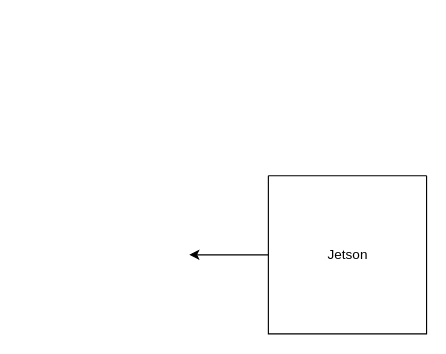
Before: AMR.drawio in rafism1997/AMR_Electronics_Flow_Diagram-Architecture-, a draw.io diagram. Source tidied: cells renumbered, new cells numbered last; positions are measured from the earlier drawing's top-left corner, leaving out a move shared by most shapes. Both pictures are drawn from the tidied source at 113%, with x=0, y=0 at pixel (189, 175).
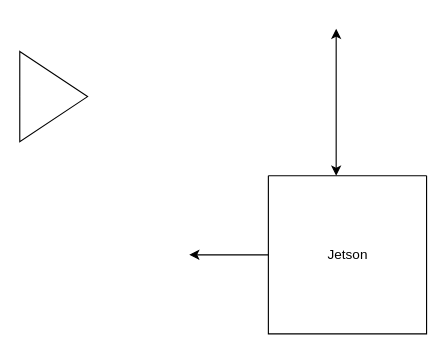
Above is the later version.

Diff of the diagram source:
```diff
@@
 <mxGraphModel>
   <root>
     <mxCell id="0" />
     <mxCell id="1" parent="0" />
     <mxCell id="2" style="edgeStyle=orthogonalEdgeStyle;rounded=0;jettySize=auto;html=1;exitX=0;exitY=0.5;exitDx=0;exitDy=0;" parent="1" edge="1" source="3">
       <mxGeometry relative="1" as="geometry">
         <mxPoint y="70" as="targetPoint" />
       </mxGeometry>
     </mxCell>
     <mxCell id="3" style="swimlane;startSize=0;" parent="1" vertex="1">
       <mxGeometry x="70" width="140" height="140" as="geometry" />
     </mxCell>
     <mxCell id="4" value="Jetson" style="text;html=1;align=center;verticalAlign=middle;strokeColor=none;fillColor=none;" parent="3" vertex="1">
       <mxGeometry x="45" y="60" width="50" height="20" as="geometry" />
     </mxCell>
+    <mxCell id="5" style="endArrow=classic;startArrow=classic;html=1;rounded=0;" parent="1" edge="1">
+      <mxGeometry relative="1" as="geometry">
+        <mxPoint x="130" as="sourcePoint" />
+        <mxPoint x="130" y="-130" as="targetPoint" />
+        <Array as="points">
+          <mxPoint x="130" y="-80" />
+        </Array>
+      </mxGeometry>
+    </mxCell>
+    <mxCell id="6" style="triangle;whiteSpace=wrap;html=1;" parent="1" vertex="1">
+      <mxGeometry x="-150" y="-110" width="60" height="80" as="geometry" />
+    </mxCell>
   </root>
 </mxGraphModel>
```
